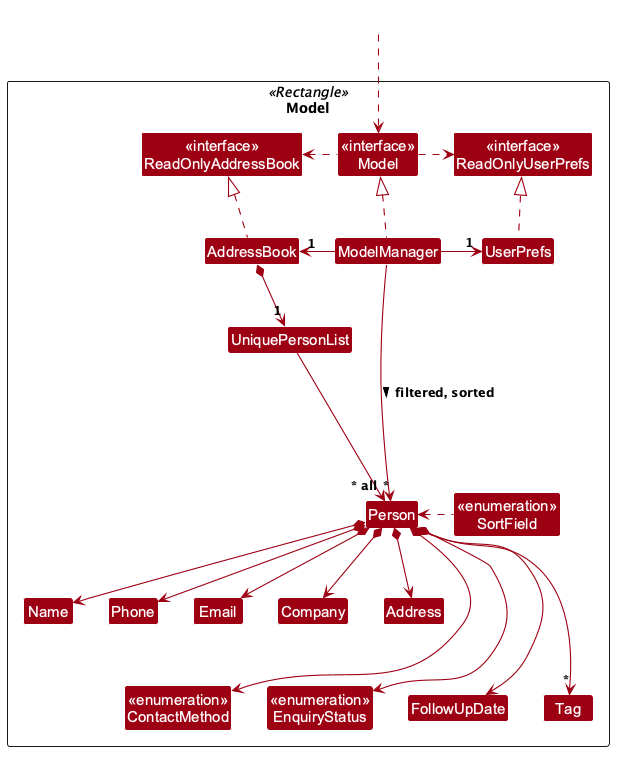
Above: docs/images/ModelClassDiagram.png in AY2627S1-CS2103T-W11-2/tp (PlantUML), before the change.
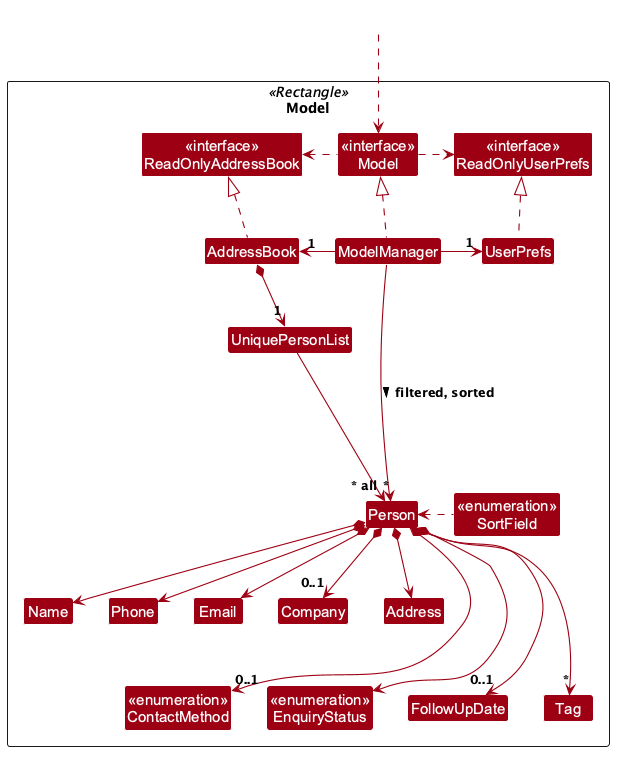
Later version of the same file.

Diff of the diagram source:
```diff
@@ -46,10 +46,10 @@
 Person *--> Phone
 Person *--> Email
 Person *--> Address
-Person *--> Company
-Person *--> ContactMethod
+Person *--> "0..1" Company
+Person *--> "0..1" ContactMethod
 Person *--> EnquiryStatus
-Person *--> FollowUpDate
+Person *--> "0..1" FollowUpDate
 Person *--> "*" Tag
 
 Person -[hidden]up--> I
```
